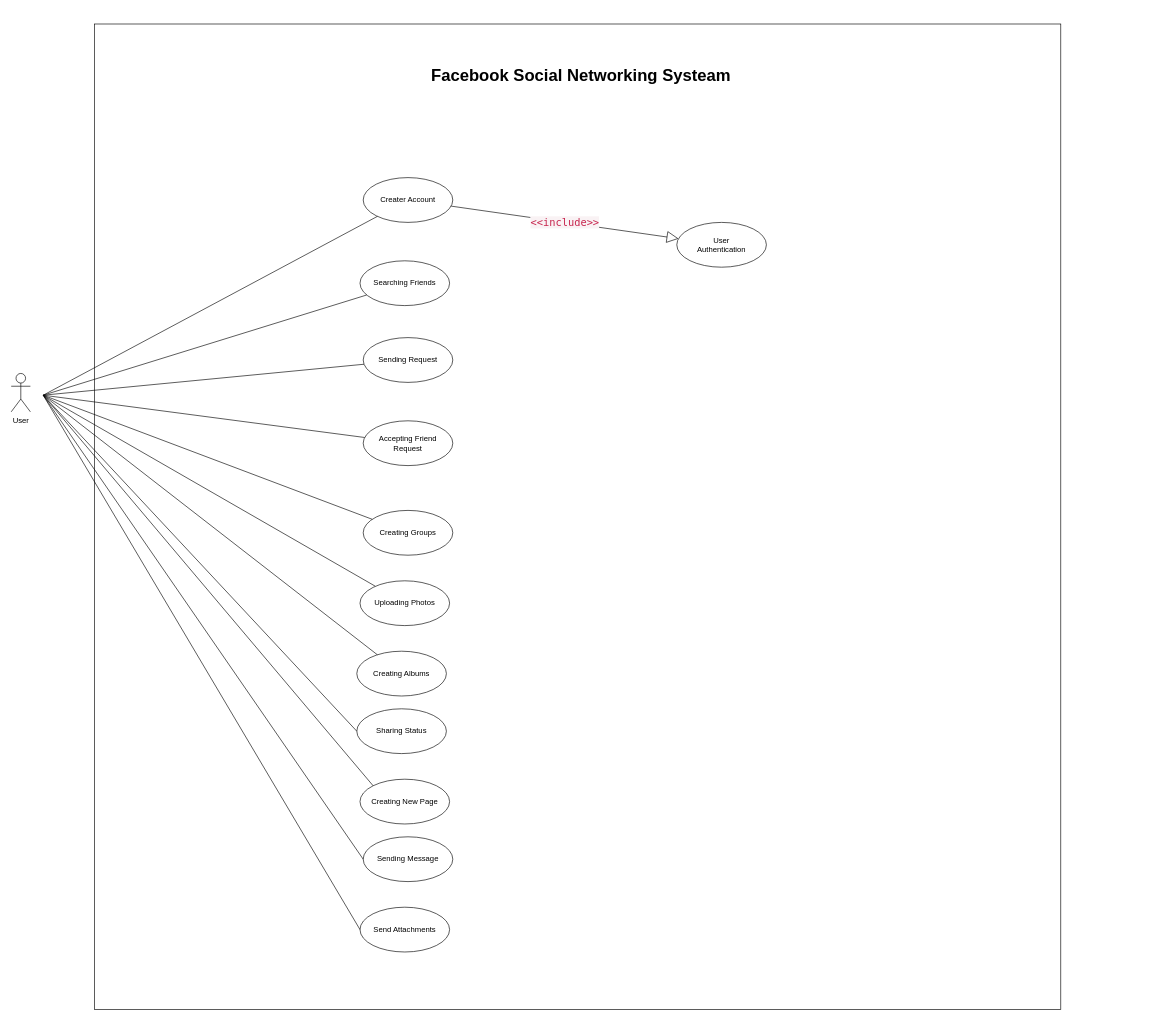
Before: Diagram2.drawio in nguyenduchuyiu/Bomberman, a draw.io diagram. Source tidied: cells renumbered, new cells numbered last; positions are measured from the earlier drawing's top-left corner, leaving out a move shared by most shapes. Both pictures are drawn from the tidied source at 64%, with x=0, y=0 at pixel (11, 24).
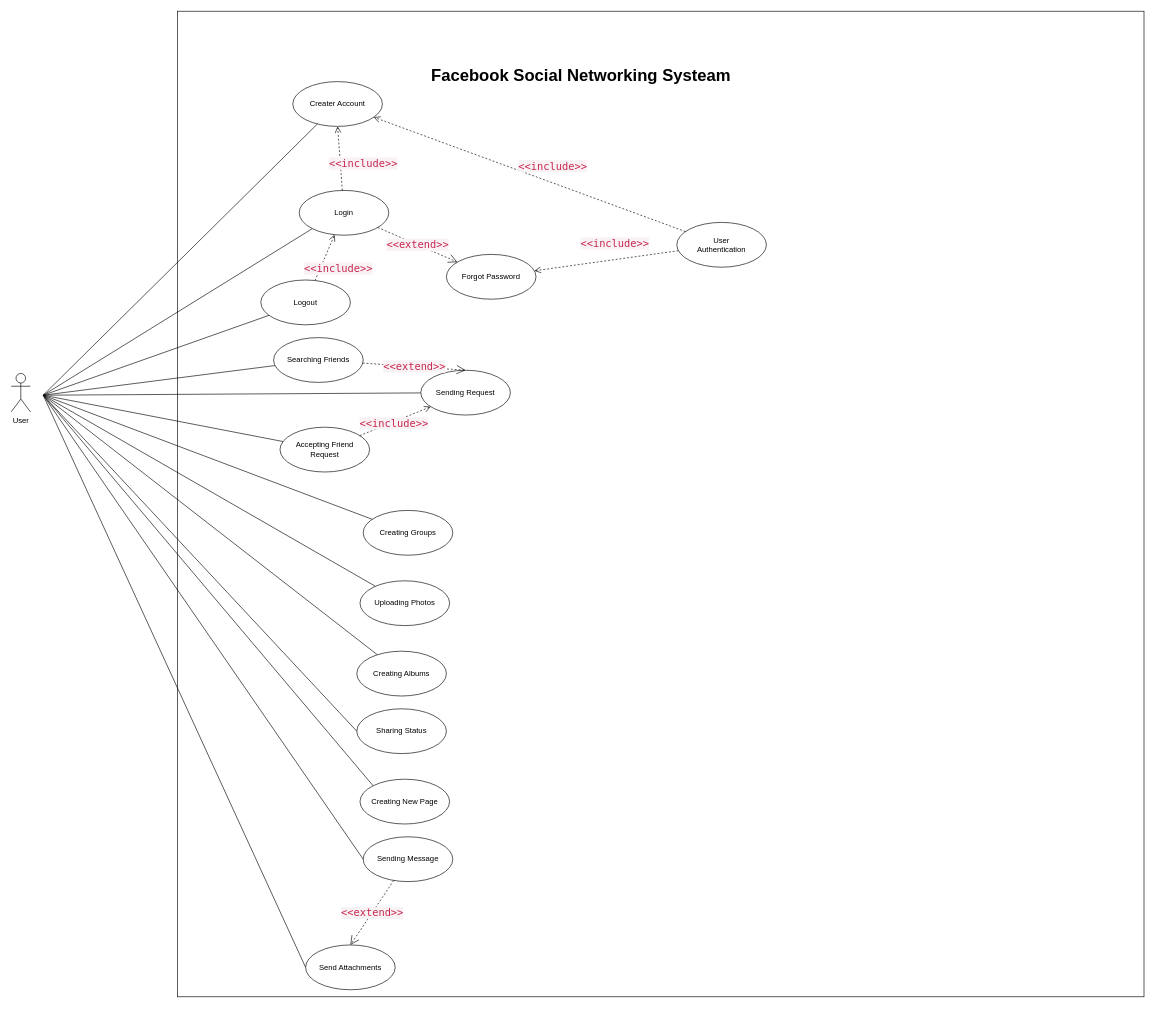
After the change.

Commit message:
Cập nhật Diagram2.drawio

The change refers to these unchanged cells:
```xml
<mxCell id="5" value="User&lt;div&gt;Authentication&lt;/div&gt;" style="ellipse;whiteSpace=wrap;html=1;strokeColor=default;align=center;verticalAlign=middle;fontFamily=Helvetica;fontSize=12;fontColor=default;fillColor=default;" parent="1" vertex="1">
  <mxGeometry x="1040" y="310" width="140" height="70" as="geometry" />
</mxCell>
<mxCell id="20" value="Sending Message" style="ellipse;whiteSpace=wrap;html=1;strokeColor=default;align=center;verticalAlign=middle;fontFamily=Helvetica;fontSize=12;fontColor=default;fillColor=default;" parent="1" vertex="1">
  <mxGeometry x="550" y="1270" width="140" height="70" as="geometry" />
</mxCell>
```

Change to the diagram source:
```diff
@@
     <mxCell id="2" style="html=1;whiteSpace=wrap;" parent="1" vertex="1">
-      <mxGeometry x="130" width="1510" height="1540" as="geometry" />
+      <mxGeometry x="260" y="-20" width="1510" height="1540" as="geometry" />
     </mxCell>
     <mxCell id="3" value="Sending Request" style="ellipse;whiteSpace=wrap;html=1;strokeColor=default;align=center;verticalAlign=middle;fontFamily=Helvetica;fontSize=12;fontColor=default;fillColor=default;" parent="1" vertex="1">
-      <mxGeometry x="550" y="490" width="140" height="70" as="geometry" />
+      <mxGeometry x="640" y="541" width="140" height="70" as="geometry" />
     </mxCell>
     <mxCell id="4" value="Accepting Friend Request" style="ellipse;whiteSpace=wrap;html=1;strokeColor=default;align=center;verticalAlign=middle;fontFamily=Helvetica;fontSize=12;fontColor=default;fillColor=default;" parent="1" vertex="1">
-      <mxGeometry x="550" y="620" width="140" height="70" as="geometry" />
+      <mxGeometry x="420" y="630" width="140" height="70" as="geometry" />
     </mxCell>
@@
     <mxCell id="7" value="Searching Friends" style="ellipse;whiteSpace=wrap;html=1;strokeColor=default;align=center;verticalAlign=middle;fontFamily=Helvetica;fontSize=12;fontColor=default;fillColor=default;" parent="1" vertex="1">
-      <mxGeometry x="545" y="370" width="140" height="70" as="geometry" />
+      <mxGeometry x="410" y="490" width="140" height="70" as="geometry" />
     </mxCell>
     <mxCell id="8" value="Creater Account" style="ellipse;whiteSpace=wrap;html=1;strokeColor=default;align=center;verticalAlign=middle;fontFamily=Helvetica;fontSize=12;fontColor=default;fillColor=default;" parent="1" vertex="1">
-      <mxGeometry x="550" y="240" width="140" height="70" as="geometry" />
+      <mxGeometry x="440" y="90" width="140" height="70" as="geometry" />
     </mxCell>
@@
     <mxCell id="21" value="Send Attachments" style="ellipse;whiteSpace=wrap;html=1;strokeColor=default;align=center;verticalAlign=middle;fontFamily=Helvetica;fontSize=12;fontColor=default;fillColor=default;" parent="1" vertex="1">
-      <mxGeometry x="545" y="1380" width="140" height="70" as="geometry" />
+      <mxGeometry x="460" y="1439" width="140" height="70" as="geometry" />
     </mxCell>
@@
-    <mxCell id="28" value="&lt;span style=&quot;color: rgb(199, 37, 78); font-family: Menlo, Monaco, Consolas, &amp;quot;Courier New&amp;quot;, monospace; font-size: 16.2px; text-align: left; text-wrap: wrap; background-color: rgb(249, 242, 244);&quot;&gt;&amp;lt;&amp;lt;include&amp;gt;&amp;gt;&lt;/span&gt;" style="endArrow=block;endSize=16;endFill=0;html=1;rounded=0;" parent="1" edge="1" source="8" target="5">
-      <mxGeometry relative="1" as="geometry" />
-    </mxCell>
+    <mxCell id="29" value="&lt;span style=&quot;color: rgb(199, 37, 78); font-family: Menlo, Monaco, Consolas, &amp;quot;Courier New&amp;quot;, monospace; font-size: 16.2px; text-align: left; text-wrap: wrap; background-color: rgb(249, 242, 244);&quot;&gt;&amp;lt;&amp;lt;include&amp;gt;&amp;gt;&lt;/span&gt;" style="html=1;verticalAlign=bottom;endArrow=open;dashed=1;endSize=8;curved=0;rounded=0;" parent="1" edge="1" source="5" target="37">
+      <mxGeometry x="-0.13" y="-13" relative="1" as="geometry" />
+    </mxCell>
+    <mxCell id="30" value="&lt;span style=&quot;color: rgb(199, 37, 78); font-family: Menlo, Monaco, Consolas, &amp;quot;Courier New&amp;quot;, monospace; font-size: 16.2px; text-align: left; text-wrap: wrap; background-color: rgb(249, 242, 244);&quot;&gt;&amp;lt;&amp;lt;extend&amp;gt;&amp;gt;&lt;/span&gt;" style="endArrow=open;endSize=12;dashed=1;html=1;rounded=0;entryX=0.5;entryY=0;entryDx=0;entryDy=0;" parent="1" edge="1" source="20" target="21">
+      <mxGeometry relative="1" as="geometry" />
+    </mxCell>
+    <mxCell id="31" value="&lt;span style=&quot;color: rgb(199, 37, 78); font-family: Menlo, Monaco, Consolas, &amp;quot;Courier New&amp;quot;, monospace; font-size: 16.2px; text-align: left; text-wrap: wrap; background-color: rgb(249, 242, 244);&quot;&gt;&amp;lt;&amp;lt;extend&amp;gt;&amp;gt;&lt;/span&gt;" style="endArrow=open;endSize=12;dashed=1;html=1;rounded=0;entryX=0.5;entryY=0;entryDx=0;entryDy=0;" parent="1" edge="1" source="7" target="3">
+      <mxGeometry relative="1" as="geometry" />
+    </mxCell>
+    <mxCell id="32" value="&lt;span style=&quot;color: rgb(199, 37, 78); font-family: Menlo, Monaco, Consolas, &amp;quot;Courier New&amp;quot;, monospace; font-size: 16.2px; text-align: left; text-wrap: wrap; background-color: rgb(249, 242, 244);&quot;&gt;&amp;lt;&amp;lt;include&amp;gt;&amp;gt;&lt;/span&gt;" style="html=1;verticalAlign=bottom;endArrow=open;dashed=1;endSize=8;curved=0;rounded=0;" parent="1" edge="1" source="4" target="3">
+      <mxGeometry x="-0.13" y="-13" relative="1" as="geometry" />
+    </mxCell>
+    <mxCell id="33" value="Login" style="ellipse;whiteSpace=wrap;html=1;strokeColor=default;align=center;verticalAlign=middle;fontFamily=Helvetica;fontSize=12;fontColor=default;fillColor=default;" parent="1" vertex="1">
+      <mxGeometry x="450" y="260" width="140" height="70" as="geometry" />
+    </mxCell>
+    <mxCell id="34" value="Logout" style="ellipse;whiteSpace=wrap;html=1;strokeColor=default;align=center;verticalAlign=middle;fontFamily=Helvetica;fontSize=12;fontColor=default;fillColor=default;" parent="1" vertex="1">
+      <mxGeometry x="390" y="400" width="140" height="70" as="geometry" />
+    </mxCell>
+    <mxCell id="35" value="&lt;span style=&quot;color: rgb(199, 37, 78); font-family: Menlo, Monaco, Consolas, &amp;quot;Courier New&amp;quot;, monospace; font-size: 16.2px; text-align: left; text-wrap: wrap; background-color: rgb(249, 242, 244);&quot;&gt;&amp;lt;&amp;lt;include&amp;gt;&amp;gt;&lt;/span&gt;" style="html=1;verticalAlign=bottom;endArrow=open;dashed=1;endSize=8;curved=0;rounded=0;entryX=0.5;entryY=1;entryDx=0;entryDy=0;" parent="1" edge="1" source="33" target="8">
+      <mxGeometry x="-0.45" y="-35" relative="1" as="geometry" />
+    </mxCell>
+    <mxCell id="36" value="&lt;span style=&quot;color: rgb(199, 37, 78); font-family: Menlo, Monaco, Consolas, &amp;quot;Courier New&amp;quot;, monospace; font-size: 16.2px; text-align: left; text-wrap: wrap; background-color: rgb(249, 242, 244);&quot;&gt;&amp;lt;&amp;lt;include&amp;gt;&amp;gt;&lt;/span&gt;" style="html=1;verticalAlign=bottom;endArrow=open;dashed=1;endSize=8;curved=0;rounded=0;" parent="1" edge="1" source="34" target="33">
+      <mxGeometry x="-0.45" y="-32" relative="1" as="geometry">
+        <mxPoint x="-1" as="offset" />
+      </mxGeometry>
+    </mxCell>
+    <mxCell id="37" value="Forgot Password" style="ellipse;whiteSpace=wrap;html=1;strokeColor=default;align=center;verticalAlign=middle;fontFamily=Helvetica;fontSize=12;fontColor=default;fillColor=default;" parent="1" vertex="1">
+      <mxGeometry x="680" y="360" width="140" height="70" as="geometry" />
+    </mxCell>
+    <mxCell id="38" style="endArrow=none;html=1;rounded=0;exitX=0;exitY=1;exitDx=0;exitDy=0;" parent="1" edge="1" source="33">
+      <mxGeometry relative="1" as="geometry">
+        <mxPoint x="50" y="580" as="targetPoint" />
+      </mxGeometry>
+    </mxCell>
+    <mxCell id="39" style="endArrow=none;html=1;rounded=0;" parent="1" edge="1" source="34">
+      <mxGeometry relative="1" as="geometry">
+        <mxPoint x="50" y="580" as="targetPoint" />
+      </mxGeometry>
+    </mxCell>
+    <mxCell id="40" value="&lt;span style=&quot;color: rgb(199, 37, 78); font-family: Menlo, Monaco, Consolas, &amp;quot;Courier New&amp;quot;, monospace; font-size: 16.2px; text-align: left; text-wrap: wrap; background-color: rgb(249, 242, 244);&quot;&gt;&amp;lt;&amp;lt;extend&amp;gt;&amp;gt;&lt;/span&gt;" style="endArrow=open;endSize=12;dashed=1;html=1;rounded=0;" parent="1" edge="1" source="33" target="37">
+      <mxGeometry relative="1" as="geometry" />
+    </mxCell>
+    <mxCell id="41" value="&lt;span style=&quot;color: rgb(199, 37, 78); font-family: Menlo, Monaco, Consolas, &amp;quot;Courier New&amp;quot;, monospace; font-size: 16.2px; text-align: left; text-wrap: wrap; background-color: rgb(249, 242, 244);&quot;&gt;&amp;lt;&amp;lt;include&amp;gt;&amp;gt;&lt;/span&gt;" style="html=1;verticalAlign=bottom;endArrow=open;dashed=1;endSize=8;curved=0;rounded=0;" parent="1" edge="1" source="5" target="8">
+      <mxGeometry x="-0.13" y="-13" relative="1" as="geometry" />
+    </mxCell>
```
